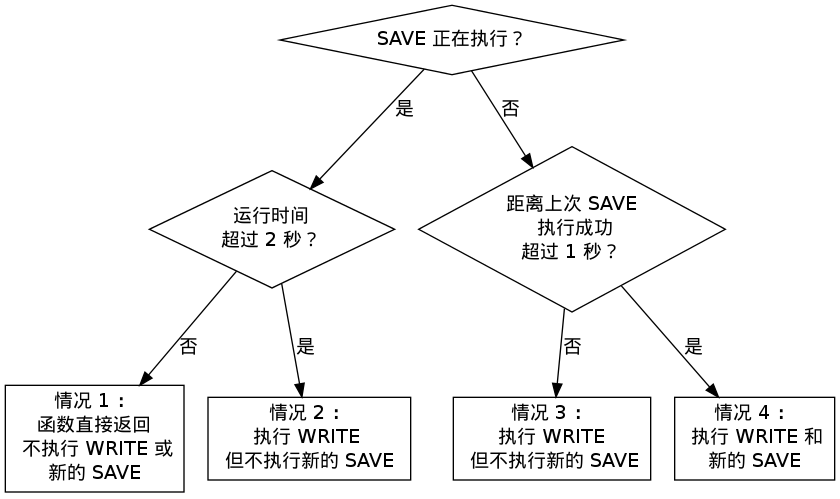
Before: internal/image/flush.png, a diagram exported from Graphviz (huangzworks/redisbook). Its source is kept beside it as internal/image/flush.dot.
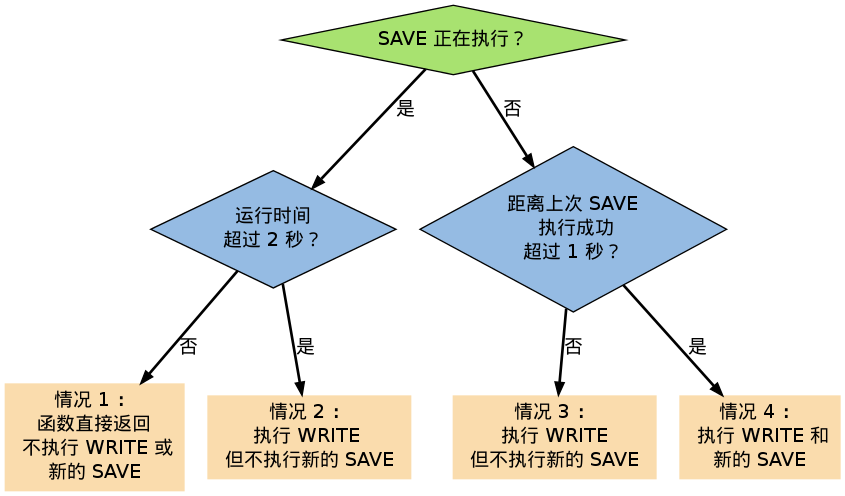
After the change.

The edit, as a diff of the source:
```diff
@@ -1,10 +1,13 @@
 digraph flush {
 
-    node [shape = record];
+    node [shape = plaintext, style = filled, fillcolor = "#FADCAD"];
 
-    SAVE_running_choice [label = "SAVE 正在执行？", shape = diamond];
+    edge [style = bold];
 
-    over_2_second_choice [label = "运行时间\n超过 2 秒？", shape = diamond];
+
+    SAVE_running_choice [label = "SAVE 正在执行？", shape = diamond, fillcolor = "#A8E270"];
+
+    over_2_second_choice [label = "运行时间\n超过 2 秒？", shape = diamond, fillcolor = "#95BBE3"];
 
     not_over_2_second [label = "情况 1 ：\n函数直接返回\n 不执行 WRITE 或\n新的 SAVE"];
 
@@ -16,7 +19,7 @@
 
     over_2_second_choice -> over_2_second [label = "是"];
 
-    finish_over_2_second [label = "距离上次 SAVE\n 执行成功\n超过 1 秒？", shape = diamond];
+    finish_over_2_second [label = "距离上次 SAVE\n 执行成功\n超过 1 秒？", shape = diamond, fillcolor = "#95BBE3"];
 
     no [label = "情况 3 ：\n 执行 WRITE \n 但不执行新的 SAVE "];
 
```
